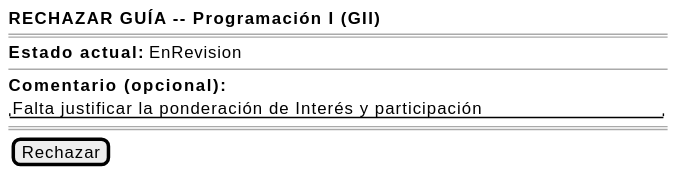
Above: images/RUP/01-requisitos/03-detalle-casos-uso/rechazarGuia/wireframe.svg in mmasias/pyCeldaPublico (PlantUML), before the change. Its diagram source:
```plantuml
@startsalt rechazarGuia-wireframe
{
    <b>RECHAZAR GUÍA -- Programación I (GII)</b>
    ====
    <b>Estado actual:</b> EnRevision
    --
    <b>Comentario (opcional):</b>
    "Falta justificar la ponderación de Interés y participación"
    ====
    {[Rechazar]}
}
@endsalt
```
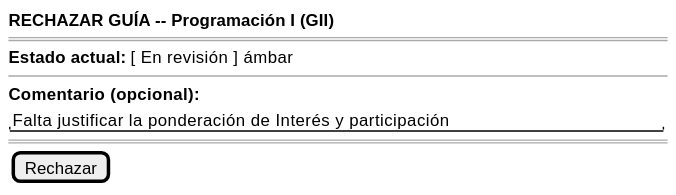
The same file after the commit.

Change to the diagram source:
```diff
@@ -2,7 +2,7 @@
 {
     <b>RECHAZAR GUÍA -- Programación I (GII)</b>
     ====
-    <b>Estado actual:</b> EnRevision
+    <b>Estado actual:</b> [ En revisión ] ámbar
     --
     <b>Comentario (opcional):</b>
     "Falta justificar la ponderación de Interés y participación"
```
